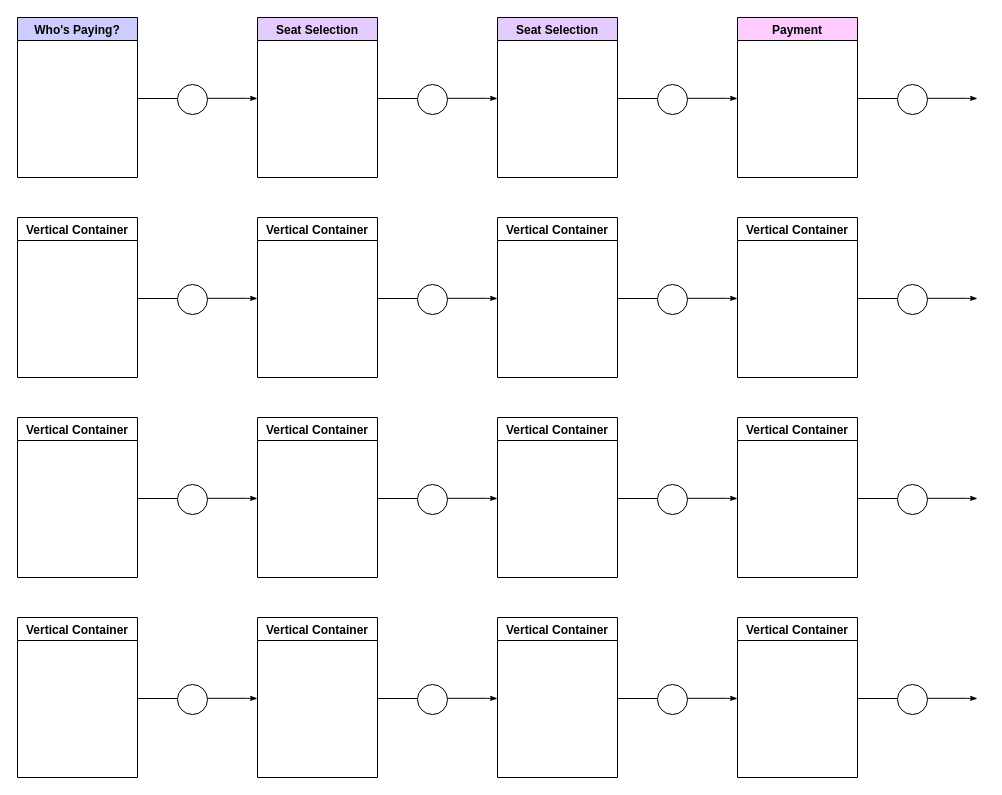
Above: page "Page-3" (3 of 3) of Untitled Diagram.drawio in davidjbuchanan/todo_pretty_printed_example (draw.io), before the change. Source tidied: cells renumbered, new cells numbered last; positions are measured from the earlier drawing's top-left corner, leaving out a move shared by most shapes. Both pictures are drawn from the tidied source at 100%, with x=0, y=0 at pixel (17, 17).
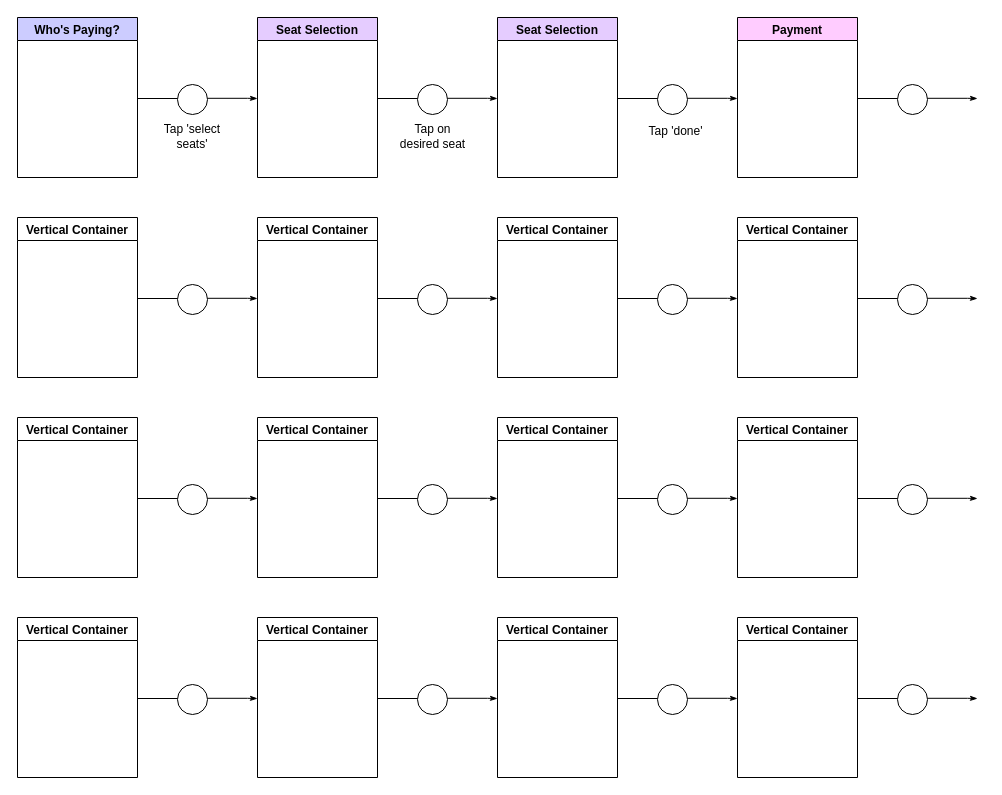
The same diagram, later.

The edit, as a diff of the source:
```diff
@@
+    <mxCell id="66" value="Tap 'select seats'" style="text;html=1;strokeColor=none;fillColor=none;align=center;verticalAlign=middle;whiteSpace=wrap;rounded=0;labelBackgroundColor=none;labelBorderColor=none;" parent="1" vertex="1">
+      <mxGeometry x="145" y="104" width="60" height="30" as="geometry" />
+    </mxCell>
+    <mxCell id="67" value="Tap on desired seat" style="text;html=1;strokeColor=none;fillColor=none;align=center;verticalAlign=middle;whiteSpace=wrap;rounded=0;labelBackgroundColor=none;labelBorderColor=none;" parent="1" vertex="1">
+      <mxGeometry x="378" y="104" width="75" height="30" as="geometry" />
+    </mxCell>
+    <mxCell id="68" value="Tap 'done'" style="text;html=1;strokeColor=none;fillColor=none;align=center;verticalAlign=middle;whiteSpace=wrap;rounded=0;labelBackgroundColor=none;labelBorderColor=none;" parent="1" vertex="1">
+      <mxGeometry x="620.5" y="99" width="75" height="30" as="geometry" />
+    </mxCell>
```
